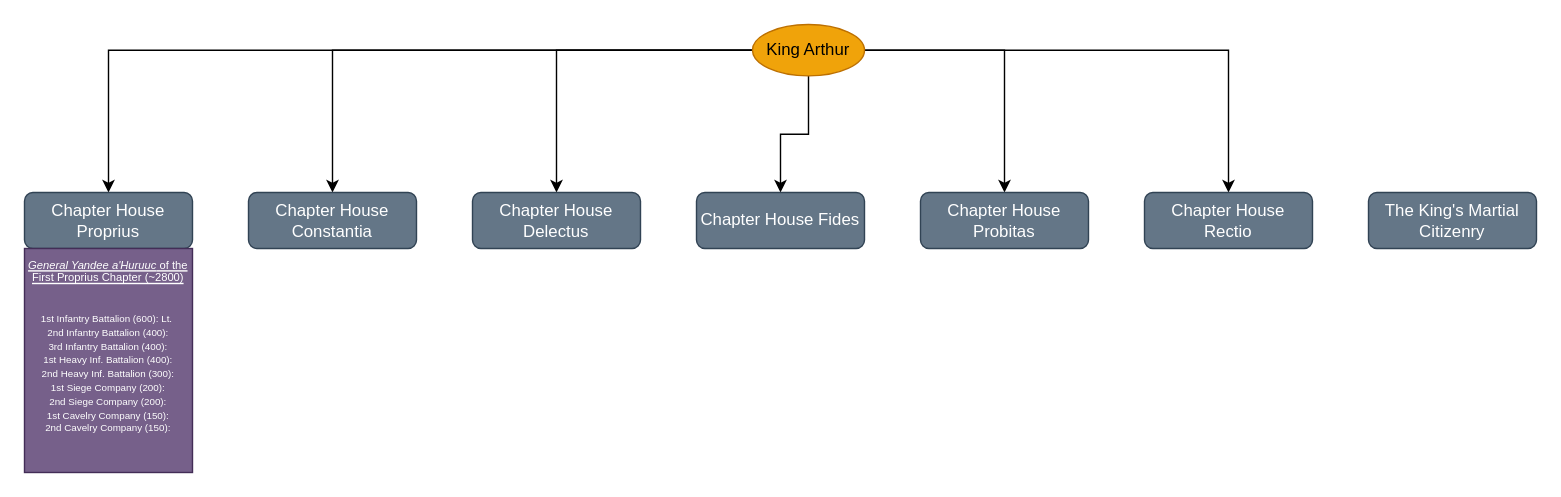
Before: MEDIA/SUPP/SPREADS/ArthurianMilitaryStructure.drawio in craftingcity/The-Known-World, a draw.io diagram. Source tidied: cells renumbered, new cells numbered last; positions are measured from the earlier drawing's top-left corner, leaving out a move shared by most shapes. Both pictures are drawn from the tidied source at 140%, with x=0, y=0 at pixel (24, 24).
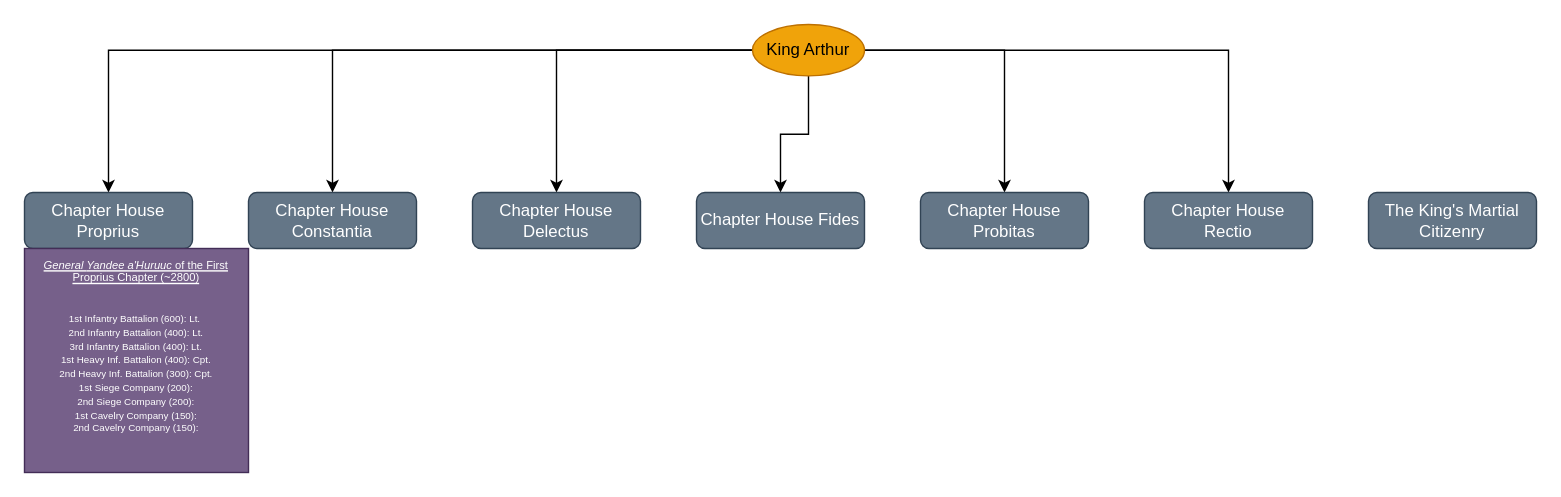
The same diagram, later.

The edit, as a diff of the source:
```diff
@@
 <mxGraphModel>
   <root>
     <mxCell id="0" />
     <mxCell id="1" parent="0" />
     <mxCell id="2" style="edgeStyle=orthogonalEdgeStyle;rounded=0;jettySize=auto;html=1;entryX=0.5;entryY=0;entryDx=0;entryDy=0;" parent="1" edge="1" source="8" target="14">
       <mxGeometry relative="1" as="geometry" />
     </mxCell>
     <mxCell id="3" style="edgeStyle=orthogonalEdgeStyle;rounded=0;jettySize=auto;html=1;entryX=0.5;entryY=0;entryDx=0;entryDy=0;" parent="1" edge="1" source="8" target="12">
       <mxGeometry relative="1" as="geometry" />
     </mxCell>
     <mxCell id="4" style="edgeStyle=orthogonalEdgeStyle;rounded=0;jettySize=auto;html=1;entryX=0.5;entryY=0;entryDx=0;entryDy=0;" parent="1" edge="1" source="8" target="11">
       <mxGeometry relative="1" as="geometry" />
     </mxCell>
     <mxCell id="5" style="edgeStyle=orthogonalEdgeStyle;rounded=0;jettySize=auto;html=1;entryX=0.5;entryY=0;entryDx=0;entryDy=0;" parent="1" edge="1" source="8" target="9">
       <mxGeometry relative="1" as="geometry" />
     </mxCell>
     <mxCell id="6" style="edgeStyle=orthogonalEdgeStyle;rounded=0;jettySize=auto;html=1;entryX=0.5;entryY=0;entryDx=0;entryDy=0;" parent="1" edge="1" source="8" target="10">
       <mxGeometry relative="1" as="geometry" />
     </mxCell>
     <mxCell id="7" style="edgeStyle=orthogonalEdgeStyle;rounded=0;jettySize=auto;html=1;entryX=0.5;entryY=0;entryDx=0;entryDy=0;" parent="1" edge="1" source="8" target="13">
       <mxGeometry relative="1" as="geometry" />
     </mxCell>
     <mxCell id="8" value="King Arthur" style="ellipse;whiteSpace=wrap;html=1;fontSize=12;fillColor=#f0a30a;fontColor=#000000;strokeColor=#BD7000;" parent="1" vertex="1">
       <mxGeometry x="520" width="80" height="36.7" as="geometry" />
     </mxCell>
     <mxCell id="9" value="Chapter House Fides" style="rounded=1;whiteSpace=wrap;html=1;fillColor=#647687;fontColor=#ffffff;strokeColor=#314354;" parent="1" vertex="1">
       <mxGeometry x="480" y="120" width="120" height="40" as="geometry" />
     </mxCell>
     <mxCell id="10" value="Chapter House Probitas" style="rounded=1;whiteSpace=wrap;html=1;fillColor=#647687;fontColor=#ffffff;strokeColor=#314354;" parent="1" vertex="1">
       <mxGeometry x="640" y="120" width="120" height="40" as="geometry" />
     </mxCell>
     <mxCell id="11" value="Chapter House Delectus" style="rounded=1;whiteSpace=wrap;html=1;fillColor=#647687;fontColor=#ffffff;strokeColor=#314354;" parent="1" vertex="1">
       <mxGeometry x="320" y="120" width="120" height="40" as="geometry" />
     </mxCell>
     <mxCell id="12" value="Chapter House Constantia" style="rounded=1;whiteSpace=wrap;html=1;fillColor=#647687;fontColor=#ffffff;strokeColor=#314354;" parent="1" vertex="1">
       <mxGeometry x="160" y="120" width="120" height="40" as="geometry" />
     </mxCell>
     <mxCell id="13" value="Chapter House Rectio" style="rounded=1;whiteSpace=wrap;html=1;fillColor=#647687;fontColor=#ffffff;strokeColor=#314354;" parent="1" vertex="1">
       <mxGeometry x="800" y="120" width="120" height="40" as="geometry" />
     </mxCell>
     <mxCell id="14" value="Chapter House Proprius" style="rounded=1;whiteSpace=wrap;html=1;fillColor=#647687;fontColor=#ffffff;strokeColor=#314354;" parent="1" vertex="1">
       <mxGeometry y="120" width="120" height="40" as="geometry" />
     </mxCell>
     <mxCell id="15" value="The King's Martial Citizenry" style="rounded=1;whiteSpace=wrap;html=1;fillColor=#647687;fontColor=#ffffff;strokeColor=#314354;" parent="1" vertex="1">
       <mxGeometry x="960" y="120" width="120" height="40" as="geometry" />
     </mxCell>
-    <mxCell id="16" value="&lt;u&gt;&lt;i&gt;General&amp;nbsp;&lt;/i&gt;&lt;span style=&quot;background-color: initial;&quot;&gt;&lt;i&gt;Yandee a'Huruuc&lt;/i&gt; of the First Proprius Chapter (~2800)&lt;/span&gt;&lt;/u&gt;&lt;div&gt;&lt;u&gt;&lt;br&gt;&lt;/u&gt;&lt;/div&gt;&lt;div&gt;&lt;u&gt;&lt;br&gt;&lt;/u&gt;&lt;/div&gt;&lt;div style=&quot;line-height: 140%; font-size: 7px;&quot;&gt;&lt;font style=&quot;font-size: 7px;&quot;&gt;1st Infantry Battalion (600): Lt.&amp;nbsp;&lt;/font&gt;&lt;/div&gt;&lt;div style=&quot;line-height: 140%; font-size: 7px;&quot;&gt;&lt;font style=&quot;font-size: 7px;&quot;&gt;2nd&amp;nbsp;&lt;span style=&quot;background-color: initial;&quot;&gt;Infantry&lt;/span&gt;&lt;span style=&quot;background-color: initial;&quot;&gt;&amp;nbsp;&lt;/span&gt;Battalion&lt;span style=&quot;background-color: initial;&quot;&gt;&amp;nbsp;(400):&lt;/span&gt;&lt;/font&gt;&lt;/div&gt;&lt;div style=&quot;line-height: 140%; font-size: 7px;&quot;&gt;&lt;font style=&quot;font-size: 7px;&quot;&gt;3rd&amp;nbsp;&lt;span style=&quot;background-color: initial;&quot;&gt;Infantry&lt;/span&gt;&lt;span style=&quot;background-color: initial;&quot;&gt;&amp;nbsp;&lt;/span&gt;Battalion&lt;span style=&quot;background-color: initial;&quot;&gt;&amp;nbsp;(400):&lt;/span&gt;&lt;/font&gt;&lt;/div&gt;&lt;div style=&quot;line-height: 140%; font-size: 7px;&quot;&gt;&lt;span style=&quot;background-color: initial;&quot;&gt;&lt;font style=&quot;font-size: 7px;&quot;&gt;1st Heavy Inf. Battalion (400):&lt;/font&gt;&lt;/span&gt;&lt;/div&gt;&lt;div style=&quot;line-height: 140%; font-size: 7px;&quot;&gt;&lt;span style=&quot;background-color: initial;&quot;&gt;&lt;font style=&quot;font-size: 7px;&quot;&gt;2nd Heavy Inf. Battalion (300):&lt;/font&gt;&lt;/span&gt;&lt;/div&gt;&lt;div style=&quot;line-height: 140%; font-size: 7px;&quot;&gt;&lt;font style=&quot;font-size: 7px;&quot;&gt;1st Siege Company&amp;nbsp;&lt;span style=&quot;background-color: initial;&quot;&gt;(200):&lt;/span&gt;&lt;/font&gt;&lt;/div&gt;&lt;div style=&quot;line-height: 140%; font-size: 7px;&quot;&gt;&lt;span style=&quot;background-color: initial;&quot;&gt;&lt;font style=&quot;font-size: 7px;&quot;&gt;2nd Siege Company (200):&lt;/font&gt;&lt;/span&gt;&lt;/div&gt;&lt;div style=&quot;line-height: 140%; font-size: 7px;&quot;&gt;&lt;font style=&quot;font-size: 7px;&quot;&gt;1st Cavelry Company (150):&lt;/font&gt;&lt;/div&gt;&lt;div style=&quot;line-height: 140%; font-size: 7px;&quot;&gt;&lt;font style=&quot;font-size: 7px;&quot;&gt;2nd Cavelry Company (150):&lt;/font&gt;&lt;/div&gt;&lt;div&gt;&lt;br&gt;&lt;/div&gt;&lt;div&gt;&lt;br&gt;&lt;/div&gt;" style="rounded=0;whiteSpace=wrap;html=1;fillColor=#76608a;fontColor=#ffffff;strokeColor=#432D57;fontSize=8;" parent="1" vertex="1">
-      <mxGeometry y="160" width="120" height="160" as="geometry" />
+    <mxCell id="16" value="&lt;u&gt;&lt;i&gt;General&amp;nbsp;&lt;/i&gt;&lt;span style=&quot;background-color: initial;&quot;&gt;&lt;i&gt;Yandee a'Huruuc&lt;/i&gt; of the First Proprius Chapter (~2800)&lt;/span&gt;&lt;/u&gt;&lt;div&gt;&lt;u&gt;&lt;br&gt;&lt;/u&gt;&lt;/div&gt;&lt;div&gt;&lt;u&gt;&lt;br&gt;&lt;/u&gt;&lt;/div&gt;&lt;div style=&quot;line-height: 140%; font-size: 7px;&quot;&gt;&lt;font style=&quot;font-size: 7px;&quot;&gt;1st Infantry Battalion (600): Lt.&amp;nbsp;&lt;/font&gt;&lt;/div&gt;&lt;div style=&quot;line-height: 140%; font-size: 7px;&quot;&gt;&lt;font style=&quot;font-size: 7px;&quot;&gt;2nd&amp;nbsp;&lt;span style=&quot;background-color: initial;&quot;&gt;Infantry&lt;/span&gt;&lt;span style=&quot;background-color: initial;&quot;&gt;&amp;nbsp;&lt;/span&gt;Battalion&lt;span style=&quot;background-color: initial;&quot;&gt;&amp;nbsp;(400): Lt.&lt;/span&gt;&lt;/font&gt;&lt;/div&gt;&lt;div style=&quot;line-height: 140%; font-size: 7px;&quot;&gt;&lt;font style=&quot;font-size: 7px;&quot;&gt;3rd&amp;nbsp;&lt;span style=&quot;background-color: initial;&quot;&gt;Infantry&lt;/span&gt;&lt;span style=&quot;background-color: initial;&quot;&gt;&amp;nbsp;&lt;/span&gt;Battalion&lt;span style=&quot;background-color: initial;&quot;&gt;&amp;nbsp;(400): Lt.&lt;/span&gt;&lt;/font&gt;&lt;/div&gt;&lt;div style=&quot;line-height: 140%; font-size: 7px;&quot;&gt;&lt;span style=&quot;background-color: initial;&quot;&gt;&lt;font style=&quot;font-size: 7px;&quot;&gt;1st Heavy Inf. Battalion (400): Cpt.&lt;/font&gt;&lt;/span&gt;&lt;/div&gt;&lt;div style=&quot;line-height: 140%; font-size: 7px;&quot;&gt;&lt;span style=&quot;background-color: initial;&quot;&gt;&lt;font style=&quot;font-size: 7px;&quot;&gt;2nd Heavy Inf. Battalion (300): Cpt.&lt;/font&gt;&lt;/span&gt;&lt;/div&gt;&lt;div style=&quot;line-height: 140%; font-size: 7px;&quot;&gt;&lt;span style=&quot;background-color: initial;&quot;&gt;1st Siege Company&amp;nbsp;&lt;/span&gt;&lt;span style=&quot;background-color: initial;&quot;&gt;(200):&lt;/span&gt;&lt;/div&gt;&lt;div style=&quot;line-height: 140%; font-size: 7px;&quot;&gt;&lt;span style=&quot;background-color: initial;&quot;&gt;&lt;font style=&quot;font-size: 7px;&quot;&gt;2nd Siege Company (200):&lt;/font&gt;&lt;/span&gt;&lt;/div&gt;&lt;div style=&quot;line-height: 140%; font-size: 7px;&quot;&gt;&lt;font style=&quot;font-size: 7px;&quot;&gt;1st Cavelry Company (150):&lt;/font&gt;&lt;/div&gt;&lt;div style=&quot;line-height: 140%; font-size: 7px;&quot;&gt;&lt;font style=&quot;font-size: 7px;&quot;&gt;2nd Cavelry Company (150):&lt;/font&gt;&lt;/div&gt;&lt;div&gt;&lt;br&gt;&lt;/div&gt;&lt;div&gt;&lt;br&gt;&lt;/div&gt;" style="rounded=0;whiteSpace=wrap;html=1;fillColor=#76608a;fontColor=#ffffff;strokeColor=#432D57;fontSize=8;" parent="1" vertex="1">
+      <mxGeometry y="160" width="160" height="160" as="geometry" />
     </mxCell>
   </root>
 </mxGraphModel>
```
